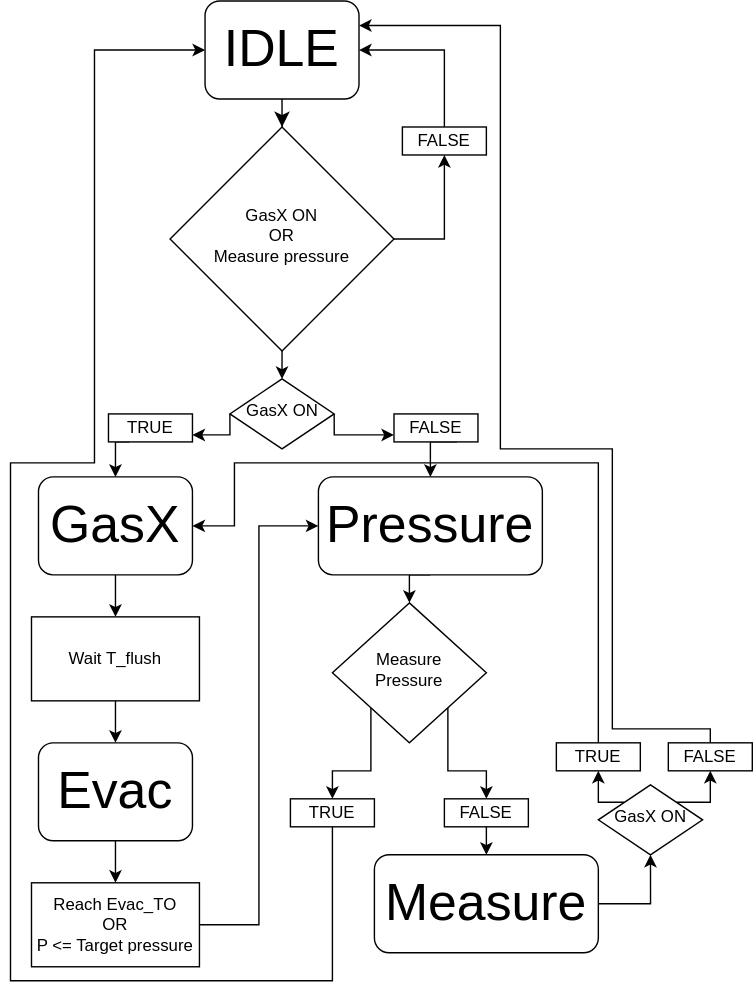
Above: flow_chart.svg in lampnis/vi-things (draw.io), before the change. Source tidied: cells renumbered, new cells last; positions are measured from the earlier drawing's top-left corner, leaving out a move shared by most shapes. The source it was exported from:
```xml
<mxGraphModel>
  <root>
    <mxCell id="0" />
    <mxCell id="1" parent="0" />
    <mxCell id="2" style="rounded=0;html=1;jettySize=auto;fontSize=11;endArrow=classic;endFill=1;endSize=8;strokeWidth=1;shadow=0;labelBackgroundColor=none;edgeStyle=orthogonalEdgeStyle;" parent="1" edge="1" source="3" target="6">
      <mxGeometry relative="1" as="geometry" />
    </mxCell>
    <mxCell id="3" value="&lt;font style=&quot;font-size: 37px;&quot;&gt;IDLE&lt;/font&gt;" style="rounded=1;whiteSpace=wrap;html=1;fontSize=12;glass=0;strokeWidth=1;shadow=0;" parent="1" vertex="1">
      <mxGeometry x="139" width="110" height="70" as="geometry" />
    </mxCell>
    <mxCell id="4" style="edgeStyle=orthogonalEdgeStyle;rounded=0;jettySize=auto;html=1;exitX=1;exitY=0;exitDx=0;exitDy=0;entryX=0.5;entryY=1;entryDx=0;entryDy=0;" parent="1" edge="1" source="6" target="27">
      <mxGeometry relative="1" as="geometry">
        <Array as="points">
          <mxPoint x="234" y="170" />
          <mxPoint x="310" y="170" />
        </Array>
      </mxGeometry>
    </mxCell>
    <mxCell id="5" style="edgeStyle=orthogonalEdgeStyle;rounded=0;jettySize=auto;html=1;exitX=0.5;exitY=1;exitDx=0;exitDy=0;entryX=0.5;entryY=0;entryDx=0;entryDy=0;" parent="1" edge="1" source="6" target="30">
      <mxGeometry relative="1" as="geometry" />
    </mxCell>
    <mxCell id="6" value="GasX ON&lt;div&gt;OR&lt;/div&gt;&lt;div&gt;Measure pressure&lt;/div&gt;" style="rhombus;whiteSpace=wrap;html=1;shadow=0;fontFamily=Helvetica;fontSize=12;align=center;strokeWidth=1;spacing=6;spacingTop=-4;" parent="1" vertex="1">
      <mxGeometry x="114" y="90" width="160" height="160" as="geometry" />
    </mxCell>
    <mxCell id="7" style="edgeStyle=orthogonalEdgeStyle;rounded=0;jettySize=auto;html=1;exitX=0.5;exitY=1;exitDx=0;exitDy=0;entryX=0.5;entryY=0;entryDx=0;entryDy=0;" parent="1" edge="1" source="8" target="12">
      <mxGeometry relative="1" as="geometry" />
    </mxCell>
    <mxCell id="8" value="&lt;font style=&quot;font-size: 37px;&quot;&gt;GasX&lt;/font&gt;" style="rounded=1;whiteSpace=wrap;html=1;fontSize=12;glass=0;strokeWidth=1;shadow=0;" parent="1" vertex="1">
      <mxGeometry x="20" y="340" width="110" height="70" as="geometry" />
    </mxCell>
    <mxCell id="9" style="edgeStyle=orthogonalEdgeStyle;rounded=0;jettySize=auto;html=1;exitX=0.5;exitY=1;exitDx=0;exitDy=0;entryX=0.5;entryY=0;entryDx=0;entryDy=0;" parent="1" edge="1" source="10" target="19">
      <mxGeometry relative="1" as="geometry" />
    </mxCell>
    <mxCell id="10" value="&lt;font style=&quot;font-size: 37px;&quot;&gt;Pressure&lt;/font&gt;" style="rounded=1;whiteSpace=wrap;html=1;fontSize=12;glass=0;strokeWidth=1;shadow=0;" parent="1" vertex="1">
      <mxGeometry x="220" y="340" width="160" height="70" as="geometry" />
    </mxCell>
    <mxCell id="11" style="edgeStyle=orthogonalEdgeStyle;rounded=0;jettySize=auto;html=1;exitX=0.5;exitY=1;exitDx=0;exitDy=0;entryX=0.5;entryY=0;entryDx=0;entryDy=0;" parent="1" edge="1" source="12" target="14">
      <mxGeometry relative="1" as="geometry" />
    </mxCell>
    <mxCell id="12" value="Wait T_flush" style="rounded=0;whiteSpace=wrap;html=1;" parent="1" vertex="1">
      <mxGeometry x="15" y="440" width="120" height="60" as="geometry" />
    </mxCell>
    <mxCell id="13" style="edgeStyle=orthogonalEdgeStyle;rounded=0;jettySize=auto;html=1;exitX=0.5;exitY=1;exitDx=0;exitDy=0;entryX=0.5;entryY=0;entryDx=0;entryDy=0;" parent="1" edge="1" source="14" target="16">
      <mxGeometry relative="1" as="geometry" />
    </mxCell>
    <mxCell id="14" value="&lt;font style=&quot;font-size: 37px;&quot;&gt;Evac&lt;/font&gt;" style="rounded=1;whiteSpace=wrap;html=1;fontSize=12;glass=0;strokeWidth=1;shadow=0;" parent="1" vertex="1">
      <mxGeometry x="20" y="530" width="110" height="70" as="geometry" />
    </mxCell>
    <mxCell id="15" style="edgeStyle=orthogonalEdgeStyle;rounded=0;jettySize=auto;html=1;exitX=1;exitY=0.5;exitDx=0;exitDy=0;entryX=0;entryY=0.5;entryDx=0;entryDy=0;" parent="1" edge="1" source="16" target="10">
      <mxGeometry relative="1" as="geometry" />
    </mxCell>
    <mxCell id="16" value="Reach Evac_TO&lt;div&gt;OR&lt;/div&gt;&lt;div&gt;P &amp;lt;= Target pressure&lt;/div&gt;" style="rounded=0;whiteSpace=wrap;html=1;" parent="1" vertex="1">
      <mxGeometry x="15" y="630" width="120" height="60" as="geometry" />
    </mxCell>
    <mxCell id="17" style="edgeStyle=orthogonalEdgeStyle;rounded=0;jettySize=auto;html=1;exitX=0;exitY=1;exitDx=0;exitDy=0;entryX=0.5;entryY=0;entryDx=0;entryDy=0;" parent="1" edge="1" source="19" target="21">
      <mxGeometry relative="1" as="geometry" />
    </mxCell>
    <mxCell id="18" style="edgeStyle=orthogonalEdgeStyle;rounded=0;jettySize=auto;html=1;exitX=1;exitY=1;exitDx=0;exitDy=0;entryX=0.5;entryY=0;entryDx=0;entryDy=0;" parent="1" edge="1" source="19" target="23">
      <mxGeometry relative="1" as="geometry" />
    </mxCell>
    <mxCell id="19" value="Measure&lt;div&gt;Pressure&lt;/div&gt;" style="rhombus;whiteSpace=wrap;html=1;shadow=0;fontFamily=Helvetica;fontSize=12;align=center;strokeWidth=1;spacing=6;spacingTop=-4;" parent="1" vertex="1">
      <mxGeometry x="230" y="430" width="110" height="100" as="geometry" />
    </mxCell>
    <mxCell id="20" style="edgeStyle=orthogonalEdgeStyle;rounded=0;jettySize=auto;html=1;exitX=0.5;exitY=1;exitDx=0;exitDy=0;entryX=0;entryY=0.5;entryDx=0;entryDy=0;" parent="1" edge="1" source="21" target="3">
      <mxGeometry relative="1" as="geometry">
        <Array as="points">
          <mxPoint x="230" y="700" />
          <mxPoint y="700" />
          <mxPoint y="330" />
          <mxPoint x="60" y="330" />
          <mxPoint x="60" y="35" />
        </Array>
      </mxGeometry>
    </mxCell>
    <mxCell id="21" value="TRUE" style="rounded=0;whiteSpace=wrap;html=1;" parent="1" vertex="1">
      <mxGeometry x="200" y="570" width="60" height="20" as="geometry" />
    </mxCell>
    <mxCell id="22" style="edgeStyle=orthogonalEdgeStyle;rounded=0;jettySize=auto;html=1;exitX=0.5;exitY=1;exitDx=0;exitDy=0;entryX=0.5;entryY=0;entryDx=0;entryDy=0;" parent="1" edge="1" source="23" target="25">
      <mxGeometry relative="1" as="geometry" />
    </mxCell>
    <mxCell id="23" value="FALSE" style="rounded=0;whiteSpace=wrap;html=1;" parent="1" vertex="1">
      <mxGeometry x="310" y="570" width="60" height="20" as="geometry" />
    </mxCell>
    <mxCell id="24" style="edgeStyle=orthogonalEdgeStyle;rounded=0;jettySize=auto;html=1;exitX=1;exitY=0.5;exitDx=0;exitDy=0;entryX=0.5;entryY=1;entryDx=0;entryDy=0;" parent="1" edge="1" source="25" target="37">
      <mxGeometry relative="1" as="geometry" />
    </mxCell>
    <mxCell id="25" value="&lt;font style=&quot;font-size: 37px;&quot;&gt;Measure&lt;/font&gt;" style="rounded=1;whiteSpace=wrap;html=1;fontSize=12;glass=0;strokeWidth=1;shadow=0;" parent="1" vertex="1">
      <mxGeometry x="260" y="610" width="160" height="70" as="geometry" />
    </mxCell>
    <mxCell id="26" style="edgeStyle=orthogonalEdgeStyle;rounded=0;jettySize=auto;html=1;exitX=0.5;exitY=0;exitDx=0;exitDy=0;entryX=1;entryY=0.5;entryDx=0;entryDy=0;" parent="1" edge="1" source="27" target="3">
      <mxGeometry relative="1" as="geometry" />
    </mxCell>
    <mxCell id="27" value="FALSE" style="rounded=0;whiteSpace=wrap;html=1;" parent="1" vertex="1">
      <mxGeometry x="280" y="90" width="60" height="20" as="geometry" />
    </mxCell>
    <mxCell id="28" style="edgeStyle=orthogonalEdgeStyle;rounded=0;jettySize=auto;html=1;exitX=0;exitY=0.5;exitDx=0;exitDy=0;entryX=1;entryY=0.75;entryDx=0;entryDy=0;" parent="1" edge="1" source="30" target="32">
      <mxGeometry relative="1" as="geometry">
        <Array as="points">
          <mxPoint x="157" y="310" />
        </Array>
      </mxGeometry>
    </mxCell>
    <mxCell id="29" style="edgeStyle=orthogonalEdgeStyle;rounded=0;jettySize=auto;html=1;exitX=1;exitY=0.5;exitDx=0;exitDy=0;" parent="1" edge="1" source="30" target="34">
      <mxGeometry relative="1" as="geometry">
        <Array as="points">
          <mxPoint x="231" y="310" />
        </Array>
      </mxGeometry>
    </mxCell>
    <mxCell id="30" value="GasX ON" style="rhombus;whiteSpace=wrap;html=1;shadow=0;fontFamily=Helvetica;fontSize=12;align=center;strokeWidth=1;spacing=6;spacingTop=-4;" parent="1" vertex="1">
      <mxGeometry x="156.8" y="270" width="74.5" height="50" as="geometry" />
    </mxCell>
    <mxCell id="31" style="edgeStyle=orthogonalEdgeStyle;rounded=0;jettySize=auto;html=1;exitX=0.25;exitY=1;exitDx=0;exitDy=0;entryX=0.5;entryY=0;entryDx=0;entryDy=0;" parent="1" edge="1" source="32" target="8">
      <mxGeometry relative="1" as="geometry" />
    </mxCell>
    <mxCell id="32" value="TRUE" style="rounded=0;whiteSpace=wrap;html=1;" parent="1" vertex="1">
      <mxGeometry x="70" y="295" width="60" height="20" as="geometry" />
    </mxCell>
    <mxCell id="33" style="edgeStyle=orthogonalEdgeStyle;rounded=0;jettySize=auto;html=1;exitX=0.75;exitY=1;exitDx=0;exitDy=0;entryX=0.5;entryY=0;entryDx=0;entryDy=0;" parent="1" edge="1" source="34" target="10">
      <mxGeometry relative="1" as="geometry" />
    </mxCell>
    <mxCell id="34" value="FALSE" style="rounded=0;whiteSpace=wrap;html=1;" parent="1" vertex="1">
      <mxGeometry x="274" y="295" width="60" height="20" as="geometry" />
    </mxCell>
    <mxCell id="35" style="edgeStyle=orthogonalEdgeStyle;rounded=0;jettySize=auto;html=1;exitX=0;exitY=0;exitDx=0;exitDy=0;entryX=0.5;entryY=1;entryDx=0;entryDy=0;" parent="1" edge="1" source="37" target="38">
      <mxGeometry relative="1" as="geometry" />
    </mxCell>
    <mxCell id="36" style="edgeStyle=orthogonalEdgeStyle;rounded=0;jettySize=auto;html=1;exitX=1;exitY=0;exitDx=0;exitDy=0;entryX=0.5;entryY=1;entryDx=0;entryDy=0;" parent="1" edge="1" source="37" target="40">
      <mxGeometry relative="1" as="geometry" />
    </mxCell>
    <mxCell id="37" value="GasX ON" style="rhombus;whiteSpace=wrap;html=1;shadow=0;fontFamily=Helvetica;fontSize=12;align=center;strokeWidth=1;spacing=6;spacingTop=-4;" parent="1" vertex="1">
      <mxGeometry x="420" y="560" width="74.5" height="50" as="geometry" />
    </mxCell>
    <mxCell id="38" value="TRUE" style="rounded=0;whiteSpace=wrap;html=1;" parent="1" vertex="1">
      <mxGeometry x="390" y="530" width="60" height="20" as="geometry" />
    </mxCell>
    <mxCell id="39" style="edgeStyle=orthogonalEdgeStyle;rounded=0;jettySize=auto;html=1;exitX=0.5;exitY=0;exitDx=0;exitDy=0;entryX=1;entryY=0.25;entryDx=0;entryDy=0;" parent="1" edge="1" source="40" target="3">
      <mxGeometry relative="1" as="geometry">
        <Array as="points">
          <mxPoint x="500" y="520" />
          <mxPoint x="430" y="520" />
          <mxPoint x="430" y="320" />
          <mxPoint x="350" y="320" />
          <mxPoint x="350" y="18" />
        </Array>
      </mxGeometry>
    </mxCell>
    <mxCell id="40" value="FALSE" style="rounded=0;whiteSpace=wrap;html=1;" parent="1" vertex="1">
      <mxGeometry x="470" y="530" width="60" height="20" as="geometry" />
    </mxCell>
    <mxCell id="41" style="edgeStyle=orthogonalEdgeStyle;rounded=0;jettySize=auto;html=1;exitX=0.5;exitY=0;exitDx=0;exitDy=0;entryX=1;entryY=0.5;entryDx=0;entryDy=0;anchorPointDirection=1;flowAnimation=0;" parent="1" edge="1" source="38" target="8">
      <mxGeometry relative="1" as="geometry">
        <Array as="points">
          <mxPoint x="420" y="330" />
          <mxPoint x="160" y="330" />
          <mxPoint x="160" y="375" />
        </Array>
      </mxGeometry>
    </mxCell>
  </root>
</mxGraphModel>
```
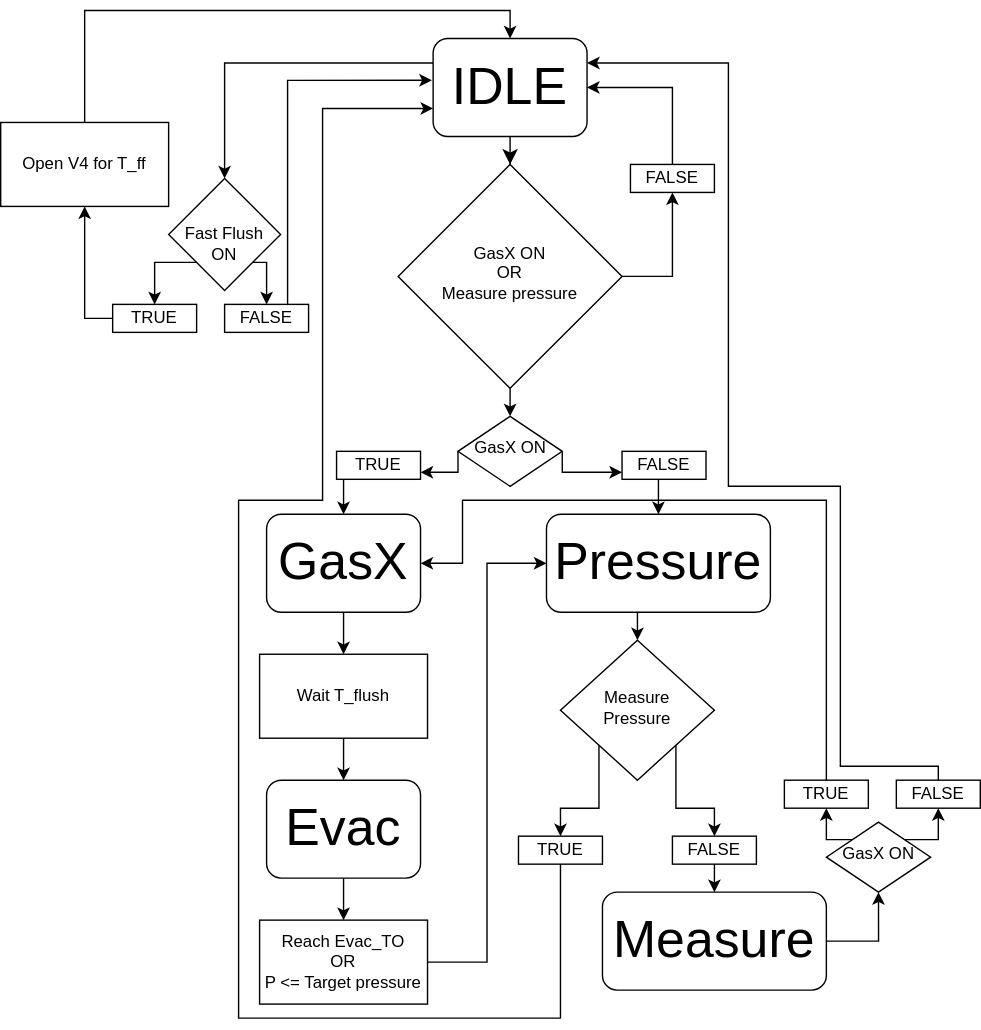
The same file after the commit.

The edit, as a diff of the source:
```diff
@@ -5,6 +5,9 @@
     <mxCell id="2" style="rounded=0;html=1;jettySize=auto;fontSize=11;endArrow=classic;endFill=1;endSize=8;strokeWidth=1;shadow=0;labelBackgroundColor=none;edgeStyle=orthogonalEdgeStyle;" parent="1" edge="1" source="3" target="6">
       <mxGeometry relative="1" as="geometry" />
     </mxCell>
+    <mxCell id="42" style="edgeStyle=orthogonalEdgeStyle;rounded=0;jettySize=auto;html=1;exitX=0;exitY=0.25;exitDx=0;exitDy=0;" parent="1" edge="1" source="3" target="45">
+      <mxGeometry relative="1" as="geometry" />
+    </mxCell>
     <mxCell id="3" value="&lt;font style=&quot;font-size: 37px;&quot;&gt;IDLE&lt;/font&gt;" style="rounded=1;whiteSpace=wrap;html=1;fontSize=12;glass=0;strokeWidth=1;shadow=0;" parent="1" vertex="1">
       <mxGeometry x="139" width="110" height="70" as="geometry" />
     </mxCell>
@@ -61,14 +64,16 @@
     <mxCell id="19" value="Measure&lt;div&gt;Pressure&lt;/div&gt;" style="rhombus;whiteSpace=wrap;html=1;shadow=0;fontFamily=Helvetica;fontSize=12;align=center;strokeWidth=1;spacing=6;spacingTop=-4;" parent="1" vertex="1">
       <mxGeometry x="230" y="430" width="110" height="100" as="geometry" />
     </mxCell>
-    <mxCell id="20" style="edgeStyle=orthogonalEdgeStyle;rounded=0;jettySize=auto;html=1;exitX=0.5;exitY=1;exitDx=0;exitDy=0;entryX=0;entryY=0.5;entryDx=0;entryDy=0;" parent="1" edge="1" source="21" target="3">
+    <mxCell id="20" style="edgeStyle=orthogonalEdgeStyle;rounded=0;jettySize=auto;html=1;exitX=0.5;exitY=1;exitDx=0;exitDy=0;" parent="1" edge="1" source="21">
       <mxGeometry relative="1" as="geometry">
+        <mxPoint x="139" y="50" as="targetPoint" />
         <Array as="points">
           <mxPoint x="230" y="700" />
           <mxPoint y="700" />
           <mxPoint y="330" />
           <mxPoint x="60" y="330" />
-          <mxPoint x="60" y="35" />
+          <mxPoint x="60" y="50" />
+          <mxPoint x="139" y="50" />
         </Array>
       </mxGeometry>
     </mxCell>
@@ -157,5 +162,42 @@
         </Array>
       </mxGeometry>
     </mxCell>
+    <mxCell id="43" style="edgeStyle=orthogonalEdgeStyle;rounded=0;jettySize=auto;html=1;exitX=1;exitY=1;exitDx=0;exitDy=0;entryX=0.5;entryY=0;entryDx=0;entryDy=0;" parent="1" edge="1" source="45" target="49">
+      <mxGeometry relative="1" as="geometry" />
+    </mxCell>
+    <mxCell id="44" style="edgeStyle=orthogonalEdgeStyle;rounded=0;jettySize=auto;html=1;exitX=0;exitY=1;exitDx=0;exitDy=0;entryX=0.5;entryY=0;entryDx=0;entryDy=0;" parent="1" edge="1" source="45" target="47">
+      <mxGeometry relative="1" as="geometry">
+        <Array as="points">
+          <mxPoint x="-60" y="160" />
+        </Array>
+      </mxGeometry>
+    </mxCell>
+    <mxCell id="45" value="&lt;div&gt;&lt;br&gt;&lt;/div&gt;Fast Flush&lt;div&gt;ON&lt;/div&gt;" style="rhombus;whiteSpace=wrap;html=1;" parent="1" vertex="1">
+      <mxGeometry x="-50" y="100" width="80" height="80" as="geometry" />
+    </mxCell>
+    <mxCell id="46" style="edgeStyle=orthogonalEdgeStyle;rounded=0;jettySize=auto;html=1;exitX=0;exitY=0.5;exitDx=0;exitDy=0;" parent="1" edge="1" source="47">
+      <mxGeometry relative="1" as="geometry">
+        <mxPoint x="-110" y="120" as="targetPoint" />
+      </mxGeometry>
+    </mxCell>
+    <mxCell id="47" value="TRUE" style="rounded=0;whiteSpace=wrap;html=1;" parent="1" vertex="1">
+      <mxGeometry x="-90" y="190" width="60" height="20" as="geometry" />
+    </mxCell>
+    <mxCell id="48" style="edgeStyle=orthogonalEdgeStyle;rounded=0;jettySize=auto;html=1;exitX=0.75;exitY=0;exitDx=0;exitDy=0;entryX=-0.008;entryY=0.427;entryDx=0;entryDy=0;entryPerimeter=0;" parent="1" edge="1" source="49" target="3">
+      <mxGeometry relative="1" as="geometry">
+        <Array as="points">
+          <mxPoint x="35" y="30" />
+        </Array>
+      </mxGeometry>
+    </mxCell>
+    <mxCell id="49" value="FALSE" style="rounded=0;whiteSpace=wrap;html=1;" parent="1" vertex="1">
+      <mxGeometry x="-10" y="190" width="60" height="20" as="geometry" />
+    </mxCell>
+    <mxCell id="50" style="edgeStyle=orthogonalEdgeStyle;rounded=0;jettySize=auto;html=1;exitX=0.5;exitY=0;exitDx=0;exitDy=0;entryX=0.5;entryY=0;entryDx=0;entryDy=0;" parent="1" edge="1" source="51" target="3">
+      <mxGeometry relative="1" as="geometry" />
+    </mxCell>
+    <mxCell id="51" value="Open V4 for T_ff" style="rounded=0;whiteSpace=wrap;html=1;" parent="1" vertex="1">
+      <mxGeometry x="-170" y="60" width="120" height="60" as="geometry" />
+    </mxCell>
   </root>
 </mxGraphModel>
```
